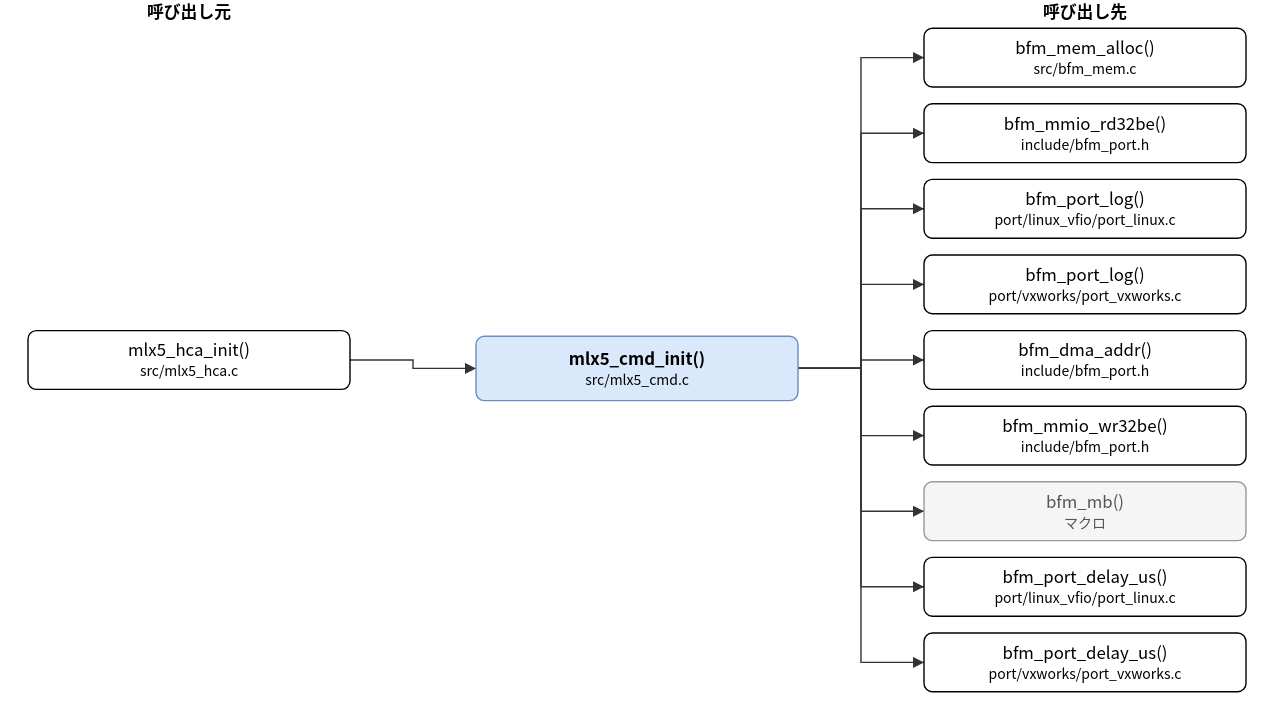
Before: doc/spec/images/call_src_mlx5_cmd-mlx5_cmd_init.drawio.svg, a diagram exported from draw.io (hf355051012-ai/bfmem). Source tidied: cells renumbered, new cells last; positions are measured from the earlier drawing's top-left corner, leaving out a move shared by most shapes.
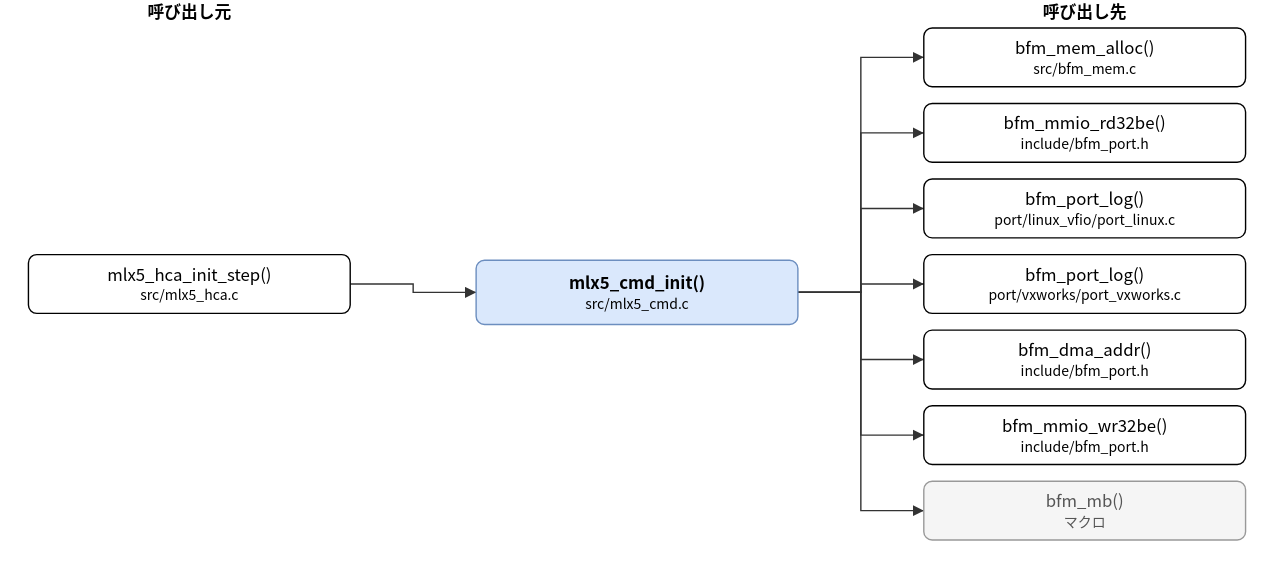
Later version of the same file.

Diff of the diagram source:
```diff
@@ -3,10 +3,10 @@
     <mxCell id="0" />
     <mxCell id="1" parent="0" />
     <mxCell id="2" value="mlx5_cmd_init()&lt;br&gt;&lt;font style=&quot;font-size:10px&quot;&gt;src/mlx5_cmd.c&lt;/font&gt;" style="rounded=1;whiteSpace=wrap;html=1;fillColor=#dae8fc;strokeColor=#6c8ebf;fontStyle=1;" parent="1" vertex="1">
-      <mxGeometry x="320" y="240" width="230" height="46" as="geometry" />
+      <mxGeometry x="320" y="186" width="230" height="46" as="geometry" />
     </mxCell>
-    <mxCell id="3" value="mlx5_hca_init()&lt;br&gt;&lt;font style=&quot;font-size:10px&quot;&gt;src/mlx5_hca.c&lt;/font&gt;" style="rounded=1;whiteSpace=wrap;html=1;" parent="1" vertex="1">
-      <mxGeometry y="236" width="230" height="42" as="geometry" />
+    <mxCell id="3" value="mlx5_hca_init_step()&lt;br&gt;&lt;font style=&quot;font-size:10px&quot;&gt;src/mlx5_hca.c&lt;/font&gt;" style="rounded=1;whiteSpace=wrap;html=1;" parent="1" vertex="1">
+      <mxGeometry y="182" width="230" height="42" as="geometry" />
     </mxCell>
     <mxCell id="4" value="bfm_mem_alloc()&lt;br&gt;&lt;font style=&quot;font-size:10px&quot;&gt;src/bfm_mem.c&lt;/font&gt;" style="rounded=1;whiteSpace=wrap;html=1;" parent="1" vertex="1">
       <mxGeometry x="640" y="20" width="230" height="42" as="geometry" />
@@ -29,24 +29,18 @@
     <mxCell id="10" value="bfm_mb()&lt;br&gt;&lt;font style=&quot;font-size:10px&quot;&gt;マクロ&lt;/font&gt;" style="rounded=1;whiteSpace=wrap;html=1;fillColor=#f5f5f5;strokeColor=#999999;fontColor=#555555;" parent="1" vertex="1">
       <mxGeometry x="640" y="344" width="230" height="42" as="geometry" />
     </mxCell>
-    <mxCell id="11" value="bfm_port_delay_us()&lt;br&gt;&lt;font style=&quot;font-size:10px&quot;&gt;port/linux_vfio/port_linux.c&lt;/font&gt;" style="rounded=1;whiteSpace=wrap;html=1;" parent="1" vertex="1">
-      <mxGeometry x="640" y="398" width="230" height="42" as="geometry" />
-    </mxCell>
-    <mxCell id="12" value="bfm_port_delay_us()&lt;br&gt;&lt;font style=&quot;font-size:10px&quot;&gt;port/vxworks/port_vxworks.c&lt;/font&gt;" style="rounded=1;whiteSpace=wrap;html=1;" parent="1" vertex="1">
-      <mxGeometry x="640" y="452" width="230" height="42" as="geometry" />
-    </mxCell>
     <mxCell id="13" style="edgeStyle=none;html=1;rounded=0;endArrow=block;endFill=1;exitX=1.0000;exitY=0.5000;exitDx=0;exitDy=0;exitPerimeter=0;entryX=0.0000;entryY=0.5000;entryDx=0;entryDy=0;entryPerimeter=0;" parent="1" edge="1" source="3" target="2">
       <mxGeometry relative="1" as="geometry">
         <Array as="points">
-          <mxPoint x="275" y="257" />
-          <mxPoint x="275" y="263" />
+          <mxPoint x="275" y="203" />
+          <mxPoint x="275" y="209" />
         </Array>
       </mxGeometry>
     </mxCell>
     <mxCell id="14" style="edgeStyle=none;html=1;rounded=0;endArrow=block;endFill=1;exitX=1.0000;exitY=0.5000;exitDx=0;exitDy=0;exitPerimeter=0;entryX=0.0000;entryY=0.5000;entryDx=0;entryDy=0;entryPerimeter=0;" parent="1" edge="1" source="2" target="4">
       <mxGeometry relative="1" as="geometry">
         <Array as="points">
-          <mxPoint x="595" y="263" />
+          <mxPoint x="595" y="209" />
           <mxPoint x="595" y="41" />
         </Array>
       </mxGeometry>
@@ -54,7 +48,7 @@
     <mxCell id="15" style="edgeStyle=none;html=1;rounded=0;endArrow=block;endFill=1;exitX=1.0000;exitY=0.5000;exitDx=0;exitDy=0;exitPerimeter=0;entryX=0.0000;entryY=0.5000;entryDx=0;entryDy=0;entryPerimeter=0;" parent="1" edge="1" source="2" target="5">
       <mxGeometry relative="1" as="geometry">
         <Array as="points">
-          <mxPoint x="595" y="263" />
+          <mxPoint x="595" y="209" />
           <mxPoint x="595" y="95" />
         </Array>
       </mxGeometry>
@@ -62,7 +56,7 @@
     <mxCell id="16" style="edgeStyle=none;html=1;rounded=0;endArrow=block;endFill=1;exitX=1.0000;exitY=0.5000;exitDx=0;exitDy=0;exitPerimeter=0;entryX=0.0000;entryY=0.5000;entryDx=0;entryDy=0;entryPerimeter=0;" parent="1" edge="1" source="2" target="6">
       <mxGeometry relative="1" as="geometry">
         <Array as="points">
-          <mxPoint x="595" y="263" />
+          <mxPoint x="595" y="209" />
           <mxPoint x="595" y="149" />
         </Array>
       </mxGeometry>
@@ -70,7 +64,7 @@
     <mxCell id="17" style="edgeStyle=none;html=1;rounded=0;endArrow=block;endFill=1;exitX=1.0000;exitY=0.5000;exitDx=0;exitDy=0;exitPerimeter=0;entryX=0.0000;entryY=0.5000;entryDx=0;entryDy=0;entryPerimeter=0;" parent="1" edge="1" source="2" target="7">
       <mxGeometry relative="1" as="geometry">
         <Array as="points">
-          <mxPoint x="595" y="263" />
+          <mxPoint x="595" y="209" />
           <mxPoint x="595" y="203" />
         </Array>
       </mxGeometry>
@@ -78,7 +72,7 @@
     <mxCell id="18" style="edgeStyle=none;html=1;rounded=0;endArrow=block;endFill=1;exitX=1.0000;exitY=0.5000;exitDx=0;exitDy=0;exitPerimeter=0;entryX=0.0000;entryY=0.5000;entryDx=0;entryDy=0;entryPerimeter=0;" parent="1" edge="1" source="2" target="8">
       <mxGeometry relative="1" as="geometry">
         <Array as="points">
-          <mxPoint x="595" y="263" />
+          <mxPoint x="595" y="209" />
           <mxPoint x="595" y="257" />
         </Array>
       </mxGeometry>
@@ -86,7 +80,7 @@
     <mxCell id="19" style="edgeStyle=none;html=1;rounded=0;endArrow=block;endFill=1;exitX=1.0000;exitY=0.5000;exitDx=0;exitDy=0;exitPerimeter=0;entryX=0.0000;entryY=0.5000;entryDx=0;entryDy=0;entryPerimeter=0;" parent="1" edge="1" source="2" target="9">
       <mxGeometry relative="1" as="geometry">
         <Array as="points">
-          <mxPoint x="595" y="263" />
+          <mxPoint x="595" y="209" />
           <mxPoint x="595" y="311" />
         </Array>
       </mxGeometry>
@@ -94,27 +88,11 @@
     <mxCell id="20" style="edgeStyle=none;html=1;rounded=0;endArrow=block;endFill=1;exitX=1.0000;exitY=0.5000;exitDx=0;exitDy=0;exitPerimeter=0;entryX=0.0000;entryY=0.5000;entryDx=0;entryDy=0;entryPerimeter=0;" parent="1" edge="1" source="2" target="10">
       <mxGeometry relative="1" as="geometry">
         <Array as="points">
-          <mxPoint x="595" y="263" />
+          <mxPoint x="595" y="209" />
           <mxPoint x="595" y="365" />
         </Array>
       </mxGeometry>
     </mxCell>
-    <mxCell id="21" style="edgeStyle=none;html=1;rounded=0;endArrow=block;endFill=1;exitX=1.0000;exitY=0.5000;exitDx=0;exitDy=0;exitPerimeter=0;entryX=0.0000;entryY=0.5000;entryDx=0;entryDy=0;entryPerimeter=0;" parent="1" edge="1" source="2" target="11">
-      <mxGeometry relative="1" as="geometry">
-        <Array as="points">
-          <mxPoint x="595" y="263" />
-          <mxPoint x="595" y="419" />
-        </Array>
-      </mxGeometry>
-    </mxCell>
-    <mxCell id="22" style="edgeStyle=none;html=1;rounded=0;endArrow=block;endFill=1;exitX=1.0000;exitY=0.5000;exitDx=0;exitDy=0;exitPerimeter=0;entryX=0.0000;entryY=0.5000;entryDx=0;entryDy=0;entryPerimeter=0;" parent="1" edge="1" source="2" target="12">
-      <mxGeometry relative="1" as="geometry">
-        <Array as="points">
-          <mxPoint x="595" y="263" />
-          <mxPoint x="595" y="473" />
-        </Array>
-      </mxGeometry>
-    </mxCell>
     <mxCell id="23" value="呼び出し元" style="text;html=1;align=center;fontStyle=1;" parent="1" vertex="1">
       <mxGeometry x="35" width="160" height="18" as="geometry" />
     </mxCell>
```
